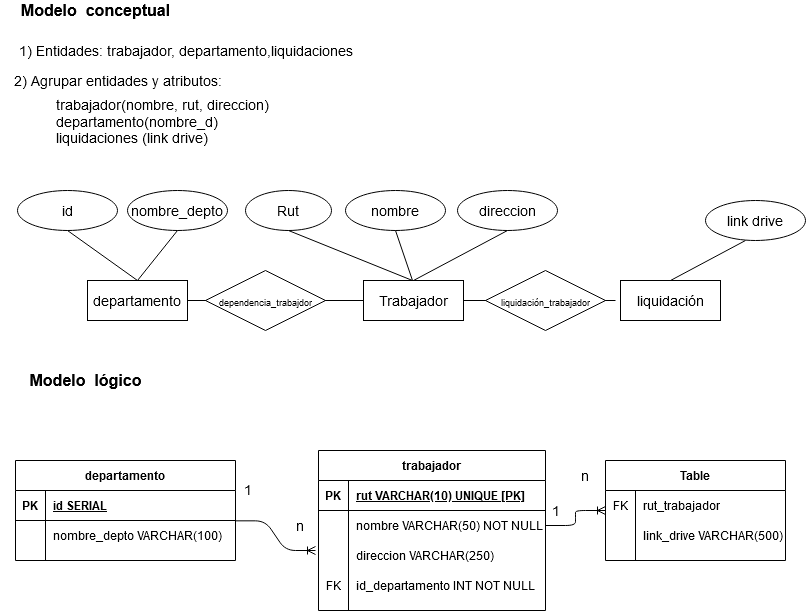
Above: Caso1_modelos.png in gilibethvega/modelamiento_de_datos (draw.io), before the change. Source tidied: cells renumbered, new cells last; positions are measured from the earlier drawing's top-left corner, leaving out a move shared by most shapes.
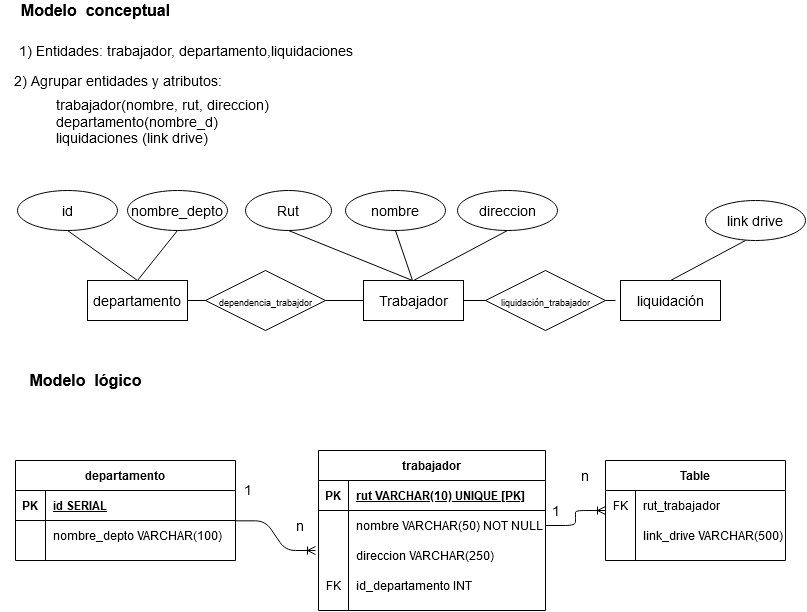
The same diagram one commit later.

The edit, as a diff of the source:
```diff
@@ -159,7 +159,7 @@
     <mxCell id="49" value="FK" style="shape=partialRectangle;fillColor=none;top=0;left=0;bottom=0;right=0;fontStyle=0;overflow=hidden;" parent="48" vertex="1">
       <mxGeometry width="30" height="30" as="geometry" />
     </mxCell>
-    <mxCell id="50" value="id_departamento INT NOT NULL" style="shape=partialRectangle;fillColor=none;top=0;left=0;bottom=0;right=0;align=left;spacingLeft=6;fontStyle=0;overflow=hidden;" parent="48" vertex="1">
+    <mxCell id="50" value="id_departamento INT" style="shape=partialRectangle;fillColor=none;top=0;left=0;bottom=0;right=0;align=left;spacingLeft=6;fontStyle=0;overflow=hidden;" parent="48" vertex="1">
       <mxGeometry x="30" width="197" height="30" as="geometry" />
     </mxCell>
     <mxCell id="51" value="Table" style="shape=table;startSize=30;rowLines=0;fontStyle=1;align=center;" parent="1" vertex="1">
```
